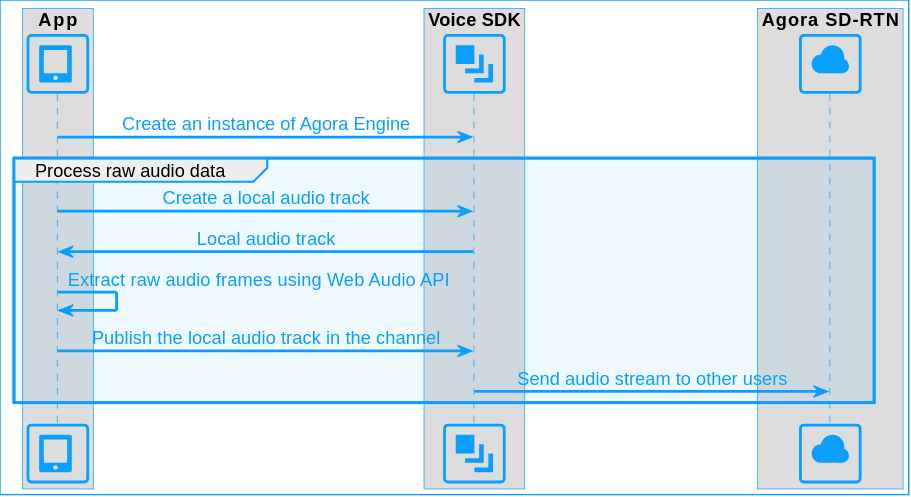
AgoraIO/Docs-Source keeps this PlantUML diagram as assets/images/video-sdk/process-raw-audio-web.svg. Above is the earlier version. The source it was exported from:
```plantuml
@startuml
!include agora_skin.iuml

box "App"
participant "<size:40><&tablet>" as APP
end box

box "Voice SDK"
participant "<size:40><&layers>" as SDK
end box

box "Agora SD-RTN"
participant "<size:40><&cloud>" as RTN
end box

APP -> SDK: Create an instance of Agora Engine

group Process raw audio data
APP -> SDK: Create a local audio track
SDK -> APP: Local audio track
APP -> APP: Extract raw audio frames using Web Audio API
APP -> SDK: Publish the local audio track in the channel
SDK -> RTN: Send audio stream to other users
end
@enduml
```
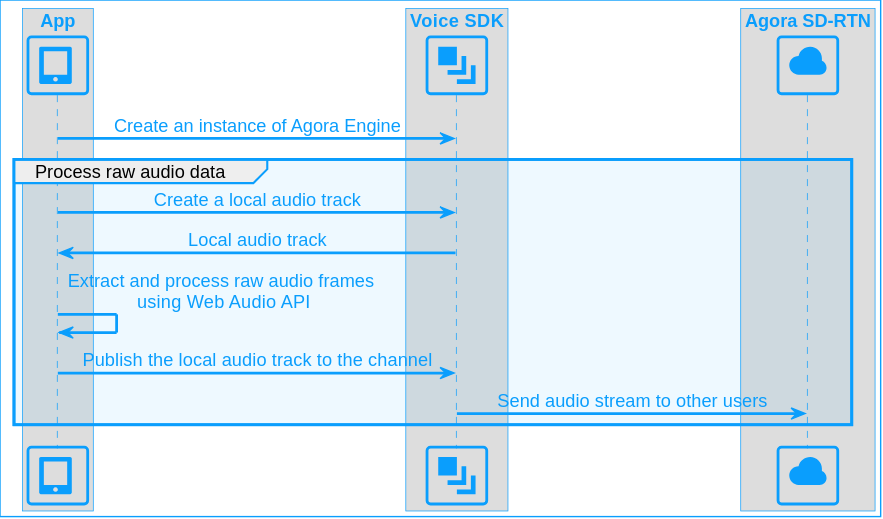
After the commit.

The edit, as a diff of the source:
```diff
@@ -18,8 +18,8 @@
 group Process raw audio data
 APP -> SDK: Create a local audio track
 SDK -> APP: Local audio track
-APP -> APP: Extract raw audio frames using Web Audio API
-APP -> SDK: Publish the local audio track in the channel
+APP -> APP: Extract and process raw audio frames\n using Web Audio API
+APP -> SDK: Publish the local audio track to the channel
 SDK -> RTN: Send audio stream to other users
 end
 @enduml
```
